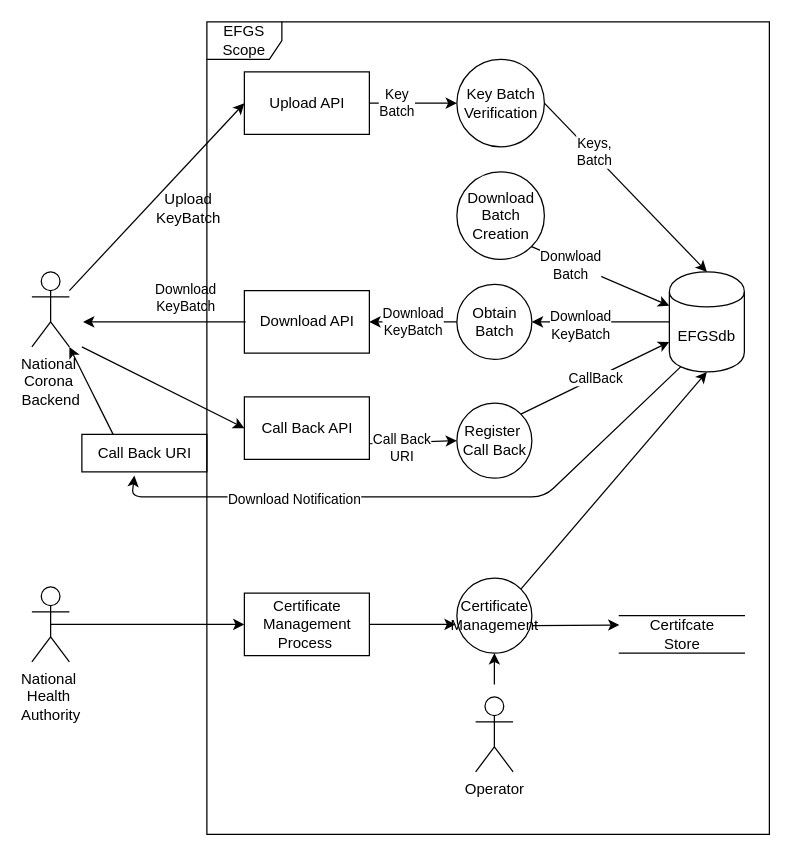
This is docs/EFGS-dataflow.drawio from eu-federation-gateway-service/efgs-federation-gateway, a draw.io file, before an edit. Source tidied: cells renumbered, new cells numbered last; positions are measured from the earlier drawing's top-left corner, leaving out a move shared by most shapes. Both pictures are drawn from the tidied source at 125%, with x=0, y=0 at pixel (31, 21).
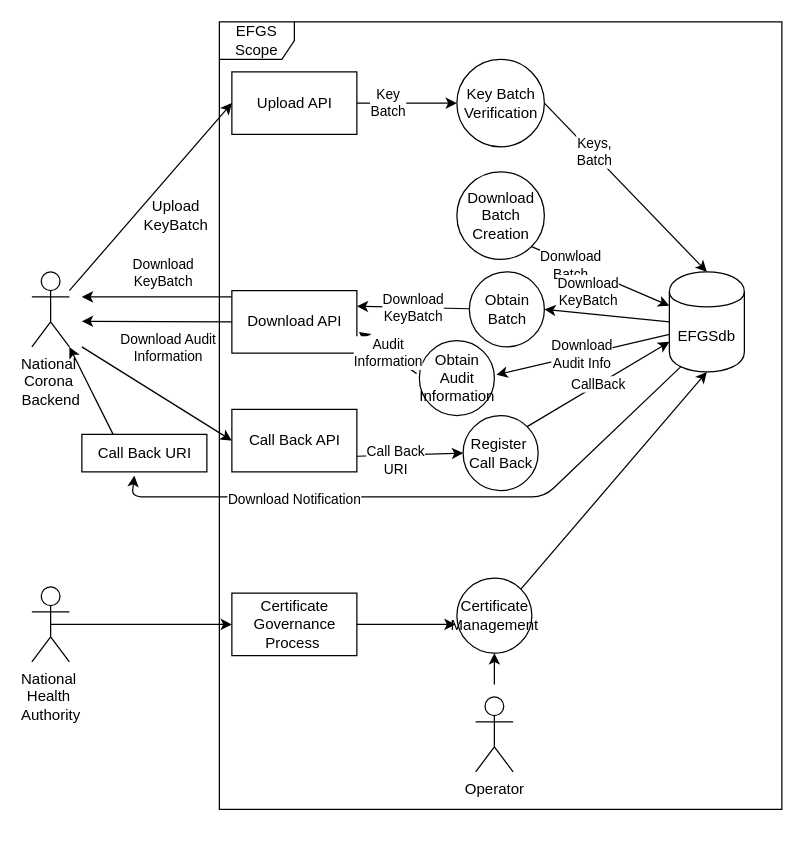
The same page after the edit.

The change refers to these unchanged cells:
```xml
<mxCell id="15" style="endArrow=classic;html=1;entryX=1;entryY=0.5;entryDx=0;entryDy=0;exitX=0;exitY=0.5;exitDx=0;exitDy=0;" parent="1" edge="1" source="5" target="14">
  <mxGeometry relative="1" as="geometry" />
</mxCell>
<mxCell id="24" value="Certificate&lt;br&gt;Management" style="shape=ellipse;html=1;dashed=0;whitespace=wrap;perimeter=ellipsePerimeter;" parent="1" vertex="1">
  <mxGeometry x="340" y="445" width="60" height="60" as="geometry" />
</mxCell>
```

Change to the diagram source:
```diff
@@
+    <mxCell id="42" value="EFGS Scope" style="shape=umlFrame;whiteSpace=wrap;html=1;" parent="1" vertex="1">
+      <mxGeometry x="150" width="450" height="630" as="geometry" />
+    </mxCell>
     <mxCell id="2" value="Upload API" style="html=1;dashed=0;whitespace=wrap;" parent="1" vertex="1">
-      <mxGeometry x="170" y="40" width="100" height="50" as="geometry" />
+      <mxGeometry x="160" y="40" width="100" height="50" as="geometry" />
     </mxCell>
     <mxCell id="3" value="Download API" style="html=1;dashed=0;whitespace=wrap;" parent="1" vertex="1">
-      <mxGeometry x="170" y="215" width="100" height="50" as="geometry" />
+      <mxGeometry x="160" y="215" width="100" height="50" as="geometry" />
     </mxCell>
-    <mxCell id="4" value="Certificate &lt;br&gt;Management&lt;br&gt;Process&amp;nbsp;" style="html=1;dashed=0;whitespace=wrap;" parent="1" vertex="1">
-      <mxGeometry x="170" y="457" width="100" height="50" as="geometry" />
+    <mxCell id="4" value="Certificate &lt;br&gt;Governance&lt;br&gt;Process&amp;nbsp;" style="html=1;dashed=0;whitespace=wrap;" parent="1" vertex="1">
+      <mxGeometry x="160" y="457" width="100" height="50" as="geometry" />
     </mxCell>
@@
     <mxCell id="14" value="Obtain &lt;br&gt;Batch" style="shape=ellipse;html=1;dashed=0;whitespace=wrap;perimeter=ellipsePerimeter;" parent="1" vertex="1">
-      <mxGeometry x="340" y="210" width="60" height="60" as="geometry" />
+      <mxGeometry x="350" y="200" width="60" height="60" as="geometry" />
     </mxCell>
@@
     <mxCell id="16" value="Download&lt;br&gt;KeyBatch" style="edgeLabel;html=1;align=center;verticalAlign=middle;" parent="15" vertex="1">
-      <mxGeometry x="0.31" y="2" relative="1" as="geometry" />
+      <mxGeometry x="0.31" y="2" relative="1" as="geometry">
+        <mxPoint y="-20.4" as="offset" />
+      </mxGeometry>
     </mxCell>
     <mxCell id="17" value="Call Back API" style="html=1;dashed=0;whitespace=wrap;" parent="1" vertex="1">
-      <mxGeometry x="170" y="300" width="100" height="50" as="geometry" />
+      <mxGeometry x="160" y="310" width="100" height="50" as="geometry" />
     </mxCell>
     <mxCell id="18" value="Register&amp;nbsp;&lt;br&gt;Call Back" style="shape=ellipse;html=1;dashed=0;whitespace=wrap;perimeter=ellipsePerimeter;" parent="1" vertex="1">
-      <mxGeometry x="340" y="305" width="60" height="60" as="geometry" />
+      <mxGeometry x="345" y="315" width="60" height="60" as="geometry" />
     </mxCell>
@@
-    <mxCell id="20" value="Download&lt;br&gt;KeyBatch" style="endArrow=classic;html=1;entryX=1;entryY=0.5;entryDx=0;entryDy=0;" parent="1" edge="1" source="14" target="3">
+    <mxCell id="20" value="Download&lt;br&gt;KeyBatch" style="endArrow=classic;html=1;entryX=1;entryY=0.25;entryDx=0;entryDy=0;" parent="1" edge="1" source="14" target="3">
       <mxGeometry relative="1" as="geometry" />
     </mxCell>
@@
-    <mxCell id="23" value="Certifcate&lt;br&gt;Store" style="html=1;dashed=0;whitespace=wrap;shape=partialRectangle;right=0;left=0;" parent="1" vertex="1">
-      <mxGeometry x="470" y="475" width="100" height="30" as="geometry" />
-    </mxCell>
@@
-    <mxCell id="26" style="endArrow=classic;html=1;entryX=0;entryY=0.25;entryDx=0;entryDy=0;exitX=1;exitY=0.633;exitDx=0;exitDy=0;exitPerimeter=0;" parent="1" edge="1" source="24" target="23">
-      <mxGeometry relative="1" as="geometry" />
-    </mxCell>
@@
-    <mxCell id="32" style="endArrow=classic;html=1;exitX=0;exitY=0.5;exitDx=0;exitDy=0;" parent="1" edge="1">
+    <mxCell id="32" style="endArrow=classic;html=1;" parent="1" edge="1">
       <mxGeometry relative="1" as="geometry">
-        <mxPoint x="171" y="240" as="sourcePoint" />
-        <mxPoint x="41" y="240" as="targetPoint" />
+        <mxPoint x="160" y="220" as="sourcePoint" />
+        <mxPoint x="40" y="220" as="targetPoint" />
       </mxGeometry>
     </mxCell>
     <mxCell id="33" value="Download&lt;br&gt;KeyBatch" style="edgeLabel;html=1;align=center;verticalAlign=middle;" parent="32" vertex="1">
       <mxGeometry x="-0.25" y="1" relative="1" as="geometry">
-        <mxPoint y="-21" as="offset" />
+        <mxPoint x="-11" y="-21" as="offset" />
       </mxGeometry>
     </mxCell>
@@
     <mxCell id="41" value="Upload&lt;br&gt;KeyBatch" style="text;html=1;align=center;verticalAlign=middle;" parent="1" vertex="1">
-      <mxGeometry x="90" y="134" width="70" height="30" as="geometry" />
+      <mxGeometry x="80" y="140" width="70" height="30" as="geometry" />
     </mxCell>
-    <mxCell id="42" value="EFGS Scope" style="shape=umlFrame;whiteSpace=wrap;html=1;" parent="1" vertex="1">
-      <mxGeometry x="140" width="450" height="650" as="geometry" />
-    </mxCell>
+    <mxCell id="43" style="endArrow=classic;html=1;" parent="1" edge="1">
+      <mxGeometry relative="1" as="geometry">
+        <mxPoint x="160" y="240" as="sourcePoint" />
+        <mxPoint x="40" y="239.5" as="targetPoint" />
+      </mxGeometry>
+    </mxCell>
+    <mxCell id="44" value="Download Audit &lt;br&gt;Information" style="edgeLabel;html=1;align=center;verticalAlign=middle;" parent="43" vertex="1">
+      <mxGeometry x="-0.25" y="1" relative="1" as="geometry">
+        <mxPoint x="-6" y="19.5" as="offset" />
+      </mxGeometry>
+    </mxCell>
+    <mxCell id="45" value="Obtain&lt;br&gt;Audit&lt;br&gt;Information" style="shape=ellipse;html=1;dashed=0;whitespace=wrap;perimeter=ellipsePerimeter;" parent="1" vertex="1">
+      <mxGeometry x="310" y="255" width="60" height="60" as="geometry" />
+    </mxCell>
+    <mxCell id="46" style="endArrow=classic;html=1;entryX=1.026;entryY=0.456;entryDx=0;entryDy=0;entryPerimeter=0;" parent="1" edge="1" target="45">
+      <mxGeometry relative="1" as="geometry">
+        <mxPoint x="510" y="250" as="sourcePoint" />
+      </mxGeometry>
+    </mxCell>
+    <mxCell id="47" value="Download&lt;br&gt;Audit Info" style="edgeLabel;html=1;align=center;verticalAlign=middle;" parent="46" vertex="1">
+      <mxGeometry x="0.31" y="2" relative="1" as="geometry">
+        <mxPoint x="20" y="-8.1" as="offset" />
+      </mxGeometry>
+    </mxCell>
+    <mxCell id="48" value="Audit&lt;br&gt;Information" style="endArrow=classic;html=1;entryX=1.016;entryY=0.662;entryDx=0;entryDy=0;exitX=-0.037;exitY=0.44;exitDx=0;exitDy=0;exitPerimeter=0;entryPerimeter=0;" parent="1" edge="1" source="45" target="3">
+      <mxGeometry relative="1" as="geometry" />
+    </mxCell>
```
